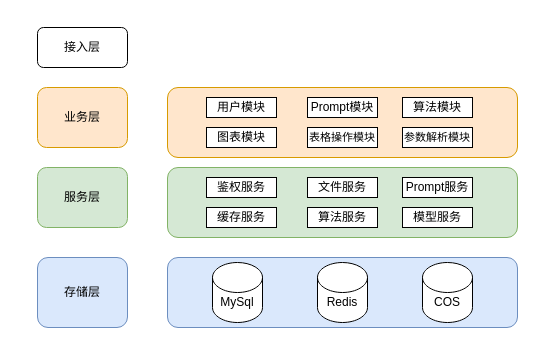
caojun1997/darwin.v keeps this draw.io diagram as 架构图.drawio. Above is the earlier version. Source tidied: cells renumbered, new cells numbered last; positions are measured from the earlier drawing's top-left corner, leaving out a move shared by most shapes. Both pictures are drawn from the tidied source at 100%, with x=0, y=0 at pixel (37, 27).
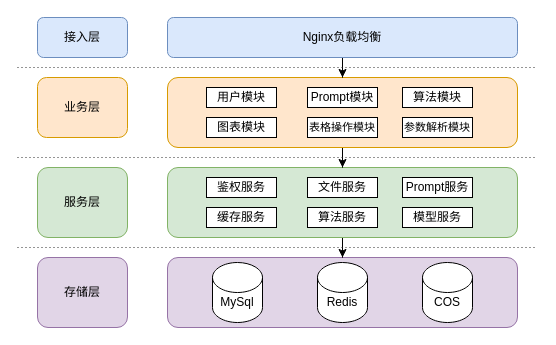
The same page after the edit.

Commit message (it also covers changes not shown here):
更新架构图.drawio

Unchanged cells that the change refers to:
```xml
<mxCell id="12" style="rounded=1;whiteSpace=wrap;html=1;fillColor=#d5e8d4;strokeColor=#82b366;" parent="1" vertex="1">
  <mxGeometry x="130" y="140" width="350" height="70" as="geometry" />
</mxCell>
```

Change to the diagram source:
```diff
@@
-    <mxCell id="2" value="接入层" style="rounded=1;whiteSpace=wrap;html=1;" parent="1" vertex="1">
-      <mxGeometry width="90" height="40" as="geometry" />
+    <mxCell id="2" value="接入层" style="rounded=1;whiteSpace=wrap;html=1;fillColor=#dae8fc;strokeColor=#6c8ebf;" parent="1" vertex="1">
+      <mxGeometry y="-10" width="90" height="40" as="geometry" />
     </mxCell>
     <mxCell id="3" value="服务层" style="rounded=1;whiteSpace=wrap;html=1;fillColor=#d5e8d4;strokeColor=#82b366;" parent="1" vertex="1">
-      <mxGeometry y="140" width="90" height="60" as="geometry" />
+      <mxGeometry y="140" width="90" height="70" as="geometry" />
     </mxCell>
-    <mxCell id="4" value="存储层" style="rounded=1;whiteSpace=wrap;html=1;fillColor=#dae8fc;strokeColor=#6c8ebf;" parent="1" vertex="1">
+    <mxCell id="4" value="存储层" style="rounded=1;whiteSpace=wrap;html=1;fillColor=#e1d5e7;strokeColor=#9673a6;" parent="1" vertex="1">
       <mxGeometry y="230" width="90" height="70" as="geometry" />
     </mxCell>
-    <mxCell id="5" style="rounded=1;whiteSpace=wrap;html=1;fillColor=#dae8fc;strokeColor=#6c8ebf;" parent="1" vertex="1">
+    <mxCell id="5" style="rounded=1;whiteSpace=wrap;html=1;fillColor=#e1d5e7;strokeColor=#9673a6;" parent="1" vertex="1">
       <mxGeometry x="130" y="230" width="350" height="70" as="geometry" />
     </mxCell>
@@
+    <mxCell id="27" style="edgeStyle=orthogonalEdgeStyle;rounded=0;jettySize=auto;html=1;entryX=0.5;entryY=0;entryDx=0;entryDy=0;" parent="1" edge="1" source="12" target="5">
+      <mxGeometry relative="1" as="geometry" />
+    </mxCell>
@@
     <mxCell id="19" value="业务层" style="rounded=1;whiteSpace=wrap;html=1;fillColor=#ffe6cc;strokeColor=#d79b00;" parent="1" vertex="1">
-      <mxGeometry y="60" width="90" height="60" as="geometry" />
+      <mxGeometry y="50" width="90" height="60" as="geometry" />
     </mxCell>
+    <mxCell id="28" style="edgeStyle=orthogonalEdgeStyle;rounded=0;jettySize=auto;html=1;entryX=0.5;entryY=0;entryDx=0;entryDy=0;" parent="1" edge="1" source="20" target="12">
+      <mxGeometry relative="1" as="geometry" />
+    </mxCell>
     <mxCell id="20" style="rounded=1;whiteSpace=wrap;html=1;fillColor=#ffe6cc;strokeColor=#d79b00;" parent="1" vertex="1">
-      <mxGeometry x="130" y="60" width="350" height="70" as="geometry" />
+      <mxGeometry x="130" y="50" width="350" height="70" as="geometry" />
     </mxCell>
     <mxCell id="21" value="用户模块" style="rounded=0;whiteSpace=wrap;html=1;" parent="1" vertex="1">
-      <mxGeometry x="169" y="70" width="70" height="20" as="geometry" />
+      <mxGeometry x="169" y="60" width="70" height="20" as="geometry" />
     </mxCell>
     <mxCell id="22" value="Prompt模块" style="rounded=0;whiteSpace=wrap;html=1;" parent="1" vertex="1">
-      <mxGeometry x="270" y="70" width="70" height="20" as="geometry" />
+      <mxGeometry x="270" y="60" width="70" height="20" as="geometry" />
     </mxCell>
     <mxCell id="23" value="图表模块" style="rounded=0;whiteSpace=wrap;html=1;" parent="1" vertex="1">
-      <mxGeometry x="169" y="100" width="70" height="20" as="geometry" />
+      <mxGeometry x="169" y="90" width="70" height="20" as="geometry" />
     </mxCell>
     <mxCell id="24" value="&lt;font style=&quot;font-size: 11px;&quot;&gt;表格操作模块&lt;/font&gt;" style="rounded=0;whiteSpace=wrap;html=1;" parent="1" vertex="1">
-      <mxGeometry x="270" y="100" width="70" height="20" as="geometry" />
+      <mxGeometry x="270" y="90" width="70" height="20" as="geometry" />
     </mxCell>
     <mxCell id="25" value="算法模块" style="rounded=0;whiteSpace=wrap;html=1;" parent="1" vertex="1">
-      <mxGeometry x="365" y="70" width="70" height="20" as="geometry" />
+      <mxGeometry x="365" y="60" width="70" height="20" as="geometry" />
     </mxCell>
     <mxCell id="26" value="&lt;font style=&quot;font-size: 11px;&quot;&gt;参数解析模块&lt;/font&gt;" style="rounded=0;whiteSpace=wrap;html=1;" parent="1" vertex="1">
-      <mxGeometry x="365" y="100" width="70" height="20" as="geometry" />
+      <mxGeometry x="365" y="90" width="70" height="20" as="geometry" />
     </mxCell>
+    <mxCell id="29" style="edgeStyle=orthogonalEdgeStyle;rounded=0;jettySize=auto;html=1;entryX=0.5;entryY=0;entryDx=0;entryDy=0;" parent="1" edge="1" source="30" target="20">
+      <mxGeometry relative="1" as="geometry" />
+    </mxCell>
+    <mxCell id="30" value="Nginx负载均衡" style="rounded=1;whiteSpace=wrap;html=1;fillColor=#dae8fc;strokeColor=#6c8ebf;" parent="1" vertex="1">
+      <mxGeometry x="130" y="-10" width="350" height="40" as="geometry" />
+    </mxCell>
+    <mxCell id="31" style="endArrow=none;dashed=1;html=1;dashPattern=1 3;strokeWidth=1;rounded=1;curved=0;strokeColor=#2B2B2B;" parent="1" edge="1">
+      <mxGeometry relative="1" as="geometry">
+        <mxPoint x="-20" y="40" as="sourcePoint" />
+        <mxPoint x="500" y="40" as="targetPoint" />
+      </mxGeometry>
+    </mxCell>
+    <mxCell id="32" style="endArrow=none;dashed=1;html=1;dashPattern=1 3;strokeWidth=1;rounded=1;curved=0;strokeColor=#2B2B2B;" parent="1" edge="1">
+      <mxGeometry relative="1" as="geometry">
+        <mxPoint x="-20" y="130" as="sourcePoint" />
+        <mxPoint x="500" y="130" as="targetPoint" />
+      </mxGeometry>
+    </mxCell>
+    <mxCell id="33" style="endArrow=none;dashed=1;html=1;dashPattern=1 3;strokeWidth=1;rounded=1;curved=0;strokeColor=#2B2B2B;" parent="1" edge="1">
+      <mxGeometry relative="1" as="geometry">
+        <mxPoint x="-20" y="220" as="sourcePoint" />
+        <mxPoint x="500" y="220" as="targetPoint" />
+      </mxGeometry>
+    </mxCell>
```
